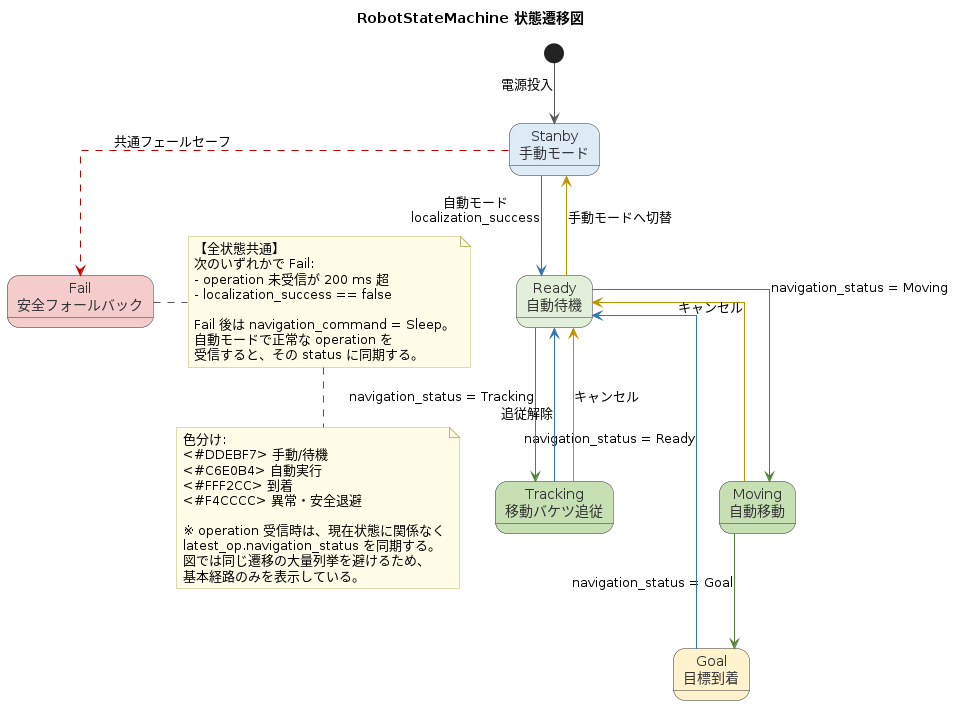
Earlier version of the PlantUML export docs/uml/state_machine_diagram.png (tmcit-ararobo-2026a/gn10-mainboard).
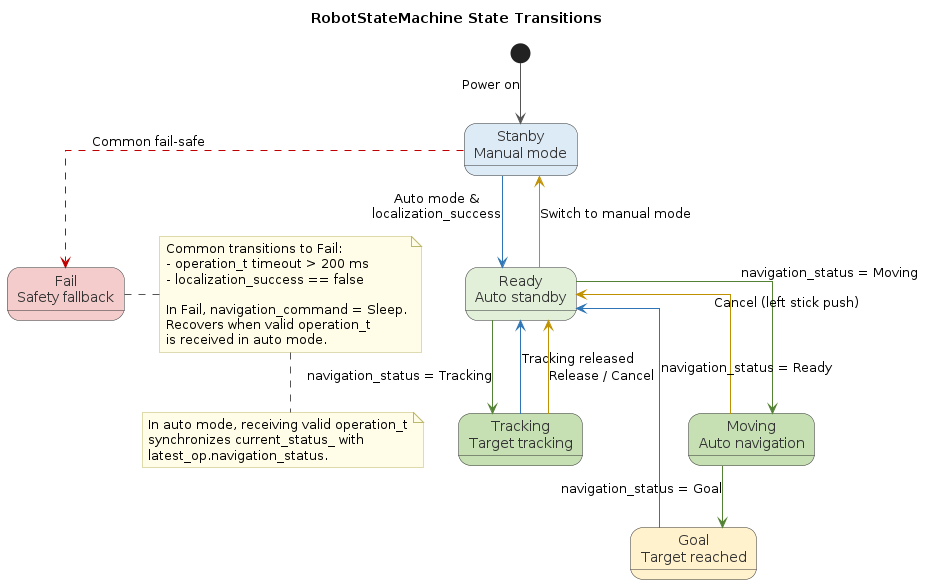
After the change.

Change to the diagram source:
```diff
@@ -1,5 +1,5 @@
 @startuml state_machine_diagram
-title RobotStateMachine 状態遷移図
+title RobotStateMachine State Transitions
 
 skinparam state {
     BorderColor #333333
@@ -13,49 +13,41 @@
     BorderColor #BDB76B
 }
 
-[*] --> Stanby : 電源投入
+[*] --> Stanby : Power on
 
-state "Stanby\n手動モード" as Stanby #DDEBF7
-state "Ready\n自動待機" as Ready #E2F0D9
-state "Moving\n自動移動" as Moving #C6E0B4
-state "Tracking\n移動バケツ追従" as Tracking #C6E0B4
-state "Goal\n目標到着" as Goal #FFF2CC
-state "Fail\n安全フォールバック" as Fail #F4CCCC
+state "Stanby\nManual mode" as Stanby #DDEBF7
+state "Ready\nAuto standby" as Ready #E2F0D9
+state "Moving\nAuto navigation" as Moving #C6E0B4
+state "Tracking\nTarget tracking" as Tracking #C6E0B4
+state "Goal\nTarget reached" as Goal #FFF2CC
+state "Fail\nSafety fallback" as Fail #F4CCCC
 
-Stanby -[#2F75B5]-> Ready : 自動モード\nlocalization_success
+Stanby -[#2F75B5]-> Ready : Auto mode &\nlocalization_success
 Ready -[#548235]-> Moving : navigation_status = Moving
 Moving -[#548235]-> Goal : navigation_status = Goal
 Goal -[#2F75B5]-> Ready : navigation_status = Ready
 Ready -[#548235]-> Tracking : navigation_status = Tracking
-Tracking -[#2F75B5]-> Ready : 追従解除
+Tracking -[#2F75B5]-> Ready : Tracking released
 
-Moving -[#BF9000]-> Ready : キャンセル
-Tracking -[#BF9000]-> Ready : キャンセル
-Ready -[#BF9000]-> Stanby : 手動モードへ切替
+Moving -[#BF9000]-> Ready : Cancel (left stick push)
+Tracking -[#BF9000]-> Ready : Release / Cancel
+Ready -[#BF9000]-> Stanby : Switch to manual mode
 
-Stanby -[#C00000,dashed]-> Fail : 共通フェールセーフ
+Stanby -[#C00000,dashed]-> Fail : Common fail-safe
 
 note right of Fail
-  【全状態共通】
-  次のいずれかで Fail:
-  - operation 未受信が 200 ms 超
+  Common transitions to Fail:
+  - operation_t timeout > 200 ms
   - localization_success == false
 
-  Fail 後は navigation_command = Sleep。
-  自動モードで正常な operation を
-  受信すると、その status に同期する。
+  In Fail, navigation_command = Sleep.
+  Recovers when valid operation_t
+  is received in auto mode.
 end note
 
 note bottom
-  色分け:
-  <#DDEBF7> 手動/待機
-  <#C6E0B4> 自動実行
-  <#FFF2CC> 到着
-  <#F4CCCC> 異常・安全退避
-
-  ※ operation 受信時は、現在状態に関係なく
-  latest_op.navigation_status を同期する。
-  図では同じ遷移の大量列挙を避けるため、
-  基本経路のみを表示している。
+  In auto mode, receiving valid operation_t
+  synchronizes current_status_ with
+  latest_op.navigation_status.
 end note
 @enduml
```
